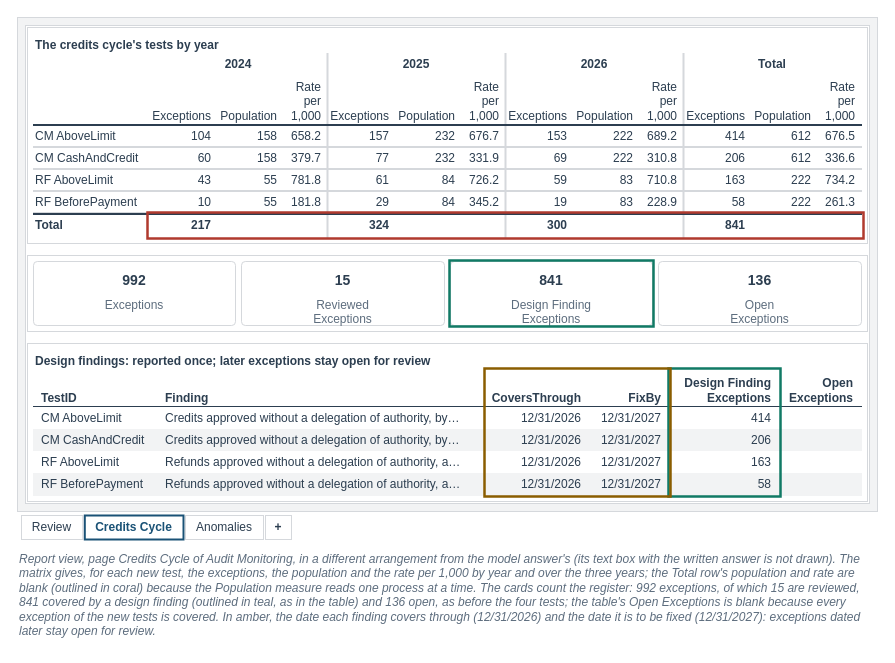
mmcodesso/Accounting_Analytics_Book keeps this draw.io diagram as facts/instructor/figures/chapter-19-customer-credits-audit/IF-19-10-A.drawio. Above is the earlier version. Source tidied: cells renumbered, new cells numbered last; positions are measured from the earlier drawing's top-left corner, leaving out a move shared by most shapes. Both pictures are drawn from the tidied source at 100%, with x=0, y=0 at pixel (17, 17).
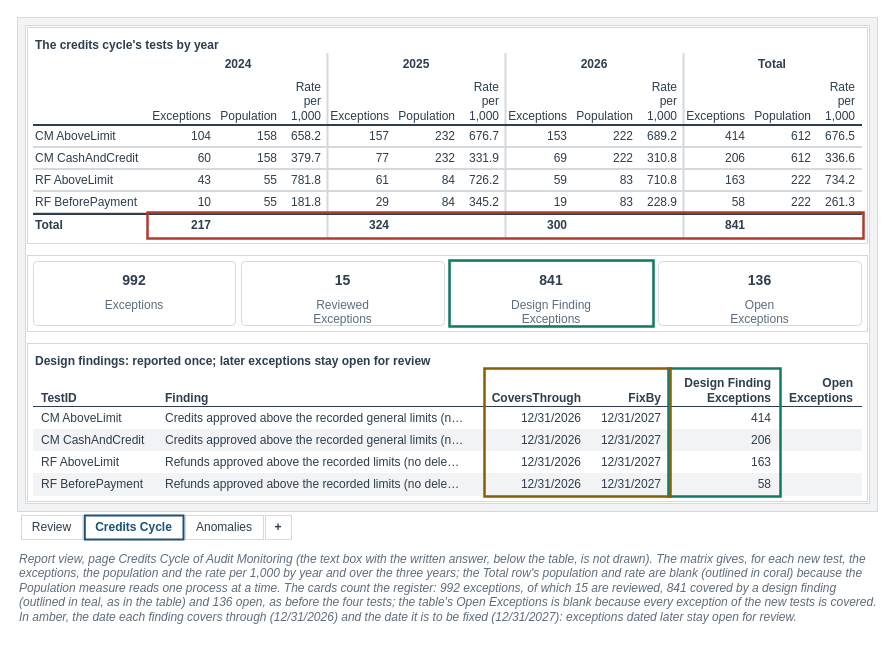
After the change.

Change to the diagram source:
```diff
@@
     <mxCell id="2" style="rounded=0;html=1;fillColor=none;strokeColor=none;" parent="1" vertex="1">
-      <mxGeometry width="860" height="628" as="geometry" />
+      <mxGeometry width="860" height="613" as="geometry" />
     </mxCell>
@@
-    <mxCell id="120" value="Credits approved without a delegation of authority, by…" style="rounded=0;arcSize=6;whiteSpace=wrap;html=1;fillColor=#FFFFFF;strokeColor=#FFFFFF;strokeWidth=1;fontColor=#2C3E50;fontSize=12;fontStyle=0;align=left;verticalAlign=middle;fontFamily=Helvetica;spacingLeft=6;spacingRight=6;" parent="1" vertex="1">
+    <mxCell id="120" value="Credits approved above the recorded general limits (n…" style="rounded=0;arcSize=6;whiteSpace=wrap;html=1;fillColor=#FFFFFF;strokeColor=#FFFFFF;strokeWidth=1;fontColor=#2C3E50;fontSize=12;fontStyle=0;align=left;verticalAlign=middle;fontFamily=Helvetica;spacingLeft=6;spacingRight=6;" parent="1" vertex="1">
       <mxGeometry x="140" y="390" width="328" height="22" as="geometry" />
     </mxCell>
@@
-    <mxCell id="126" value="Credits approved without a delegation of authority, by…" style="rounded=0;arcSize=6;whiteSpace=wrap;html=1;fillColor=#F2F3F4;strokeColor=#F2F3F4;strokeWidth=1;fontColor=#2C3E50;fontSize=12;fontStyle=0;align=left;verticalAlign=middle;fontFamily=Helvetica;spacingLeft=6;spacingRight=6;" parent="1" vertex="1">
+    <mxCell id="126" value="Credits approved above the recorded general limits (n…" style="rounded=0;arcSize=6;whiteSpace=wrap;html=1;fillColor=#F2F3F4;strokeColor=#F2F3F4;strokeWidth=1;fontColor=#2C3E50;fontSize=12;fontStyle=0;align=left;verticalAlign=middle;fontFamily=Helvetica;spacingLeft=6;spacingRight=6;" parent="1" vertex="1">
       <mxGeometry x="140" y="412" width="328" height="22" as="geometry" />
     </mxCell>
@@
-    <mxCell id="132" value="Refunds approved without a delegation of authority, a…" style="rounded=0;arcSize=6;whiteSpace=wrap;html=1;fillColor=#FFFFFF;strokeColor=#FFFFFF;strokeWidth=1;fontColor=#2C3E50;fontSize=12;fontStyle=0;align=left;verticalAlign=middle;fontFamily=Helvetica;spacingLeft=6;spacingRight=6;" parent="1" vertex="1">
+    <mxCell id="132" value="Refunds approved above the recorded limits (no dele…" style="rounded=0;arcSize=6;whiteSpace=wrap;html=1;fillColor=#FFFFFF;strokeColor=#FFFFFF;strokeWidth=1;fontColor=#2C3E50;fontSize=12;fontStyle=0;align=left;verticalAlign=middle;fontFamily=Helvetica;spacingLeft=6;spacingRight=6;" parent="1" vertex="1">
       <mxGeometry x="140" y="434" width="328" height="22" as="geometry" />
     </mxCell>
@@
-    <mxCell id="138" value="Refunds approved without a delegation of authority, a…" style="rounded=0;arcSize=6;whiteSpace=wrap;html=1;fillColor=#F2F3F4;strokeColor=#F2F3F4;strokeWidth=1;fontColor=#2C3E50;fontSize=12;fontStyle=0;align=left;verticalAlign=middle;fontFamily=Helvetica;spacingLeft=6;spacingRight=6;" parent="1" vertex="1">
+    <mxCell id="138" value="Refunds approved above the recorded limits (no dele…" style="rounded=0;arcSize=6;whiteSpace=wrap;html=1;fillColor=#F2F3F4;strokeColor=#F2F3F4;strokeWidth=1;fontColor=#2C3E50;fontSize=12;fontStyle=0;align=left;verticalAlign=middle;fontFamily=Helvetica;spacingLeft=6;spacingRight=6;" parent="1" vertex="1">
       <mxGeometry x="140" y="456" width="328" height="22" as="geometry" />
     </mxCell>
@@
-    <mxCell id="147" value="&lt;i&gt;Report view, page Credits Cycle of Audit Monitoring, in a different arrangement from the model answer's (its text box with the written answer is not drawn). The matrix gives, for each new test, the exceptions, the population and the rate per 1,000 by year and over the three years; the Total row's population and rate are blank (outlined in coral) because the Population measure reads one process at a time. The cards count the register: 992 exceptions, of which 15 are reviewed, 841 covered by a design finding (outlined in teal, as in the table) and 136 open, as before the four tests; the table's Open Exceptions is blank because every exception of the new tests is covered. In amber, the date each finding covers through (12/31/2026) and the date it is to be fixed (12/31/2027): exceptions dated later stay open for review.&lt;/i&gt;" style="text;html=1;whiteSpace=wrap;align=left;verticalAlign=top;fontSize=12;fontColor=#5D6D7E;fontStyle=0;fontFamily=Helvetica;spacing=2;fillColor=none;strokeColor=none;" parent="1" vertex="1">
-      <mxGeometry y="528" width="860" height="98" as="geometry" />
+    <mxCell id="147" value="&lt;i&gt;Report view, page Credits Cycle of Audit Monitoring (the text box with the written answer, below the table, is not drawn). The matrix gives, for each new test, the exceptions, the population and the rate per 1,000 by year and over the three years; the Total row's population and rate are blank (outlined in coral) because the Population measure reads one process at a time. The cards count the register: 992 exceptions, of which 15 are reviewed, 841 covered by a design finding (outlined in teal, as in the table) and 136 open, as before the four tests; the table's Open Exceptions is blank because every exception of the new tests is covered. In amber, the date each finding covers through (12/31/2026) and the date it is to be fixed (12/31/2027): exceptions dated later stay open for review.&lt;/i&gt;" style="text;html=1;whiteSpace=wrap;align=left;verticalAlign=top;fontSize=12;fontColor=#5D6D7E;fontStyle=0;fontFamily=Helvetica;spacing=2;fillColor=none;strokeColor=none;" parent="1" vertex="1">
+      <mxGeometry y="528" width="860" height="83" as="geometry" />
     </mxCell>
```
